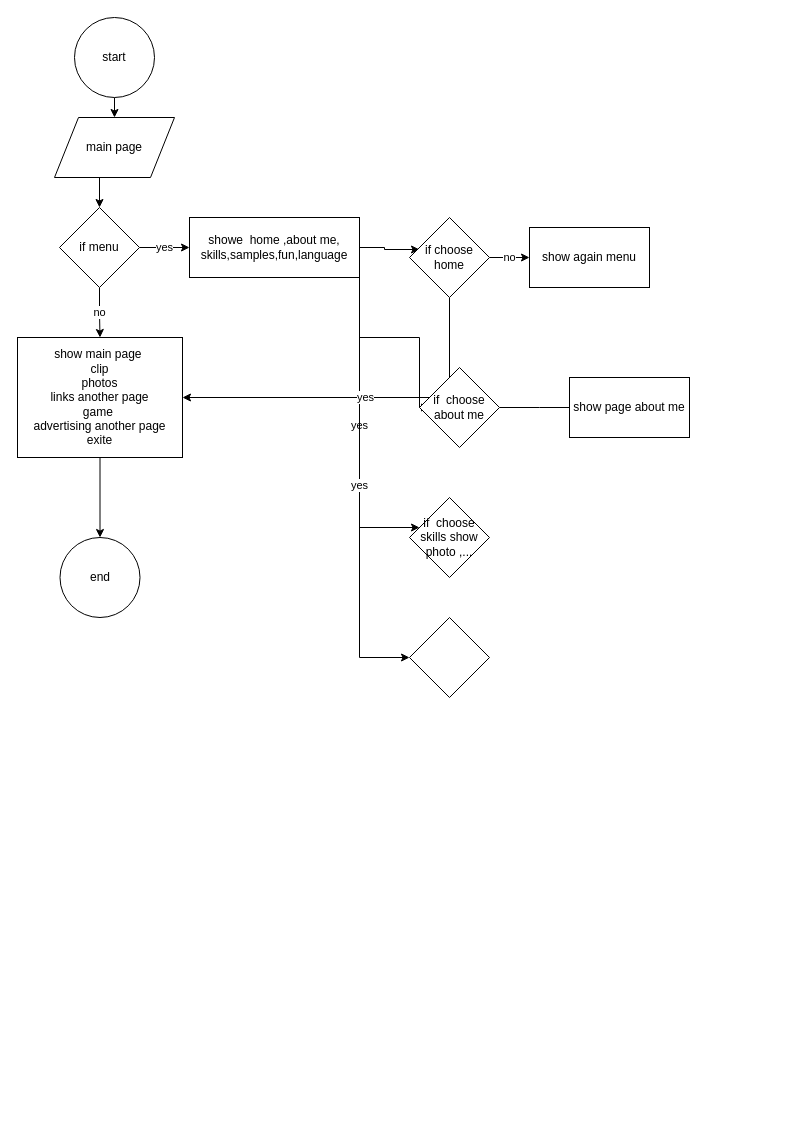
The draw.io diagram draw 11.drawio in mahnazbagheri/FLOWCHART, before the edit. Source tidied: cells renumbered, new cells numbered last; positions are measured from the earlier drawing's top-left corner, leaving out a move shared by most shapes. Both pictures are drawn from the tidied source at 100%, with x=0, y=0 at pixel (17, 17).
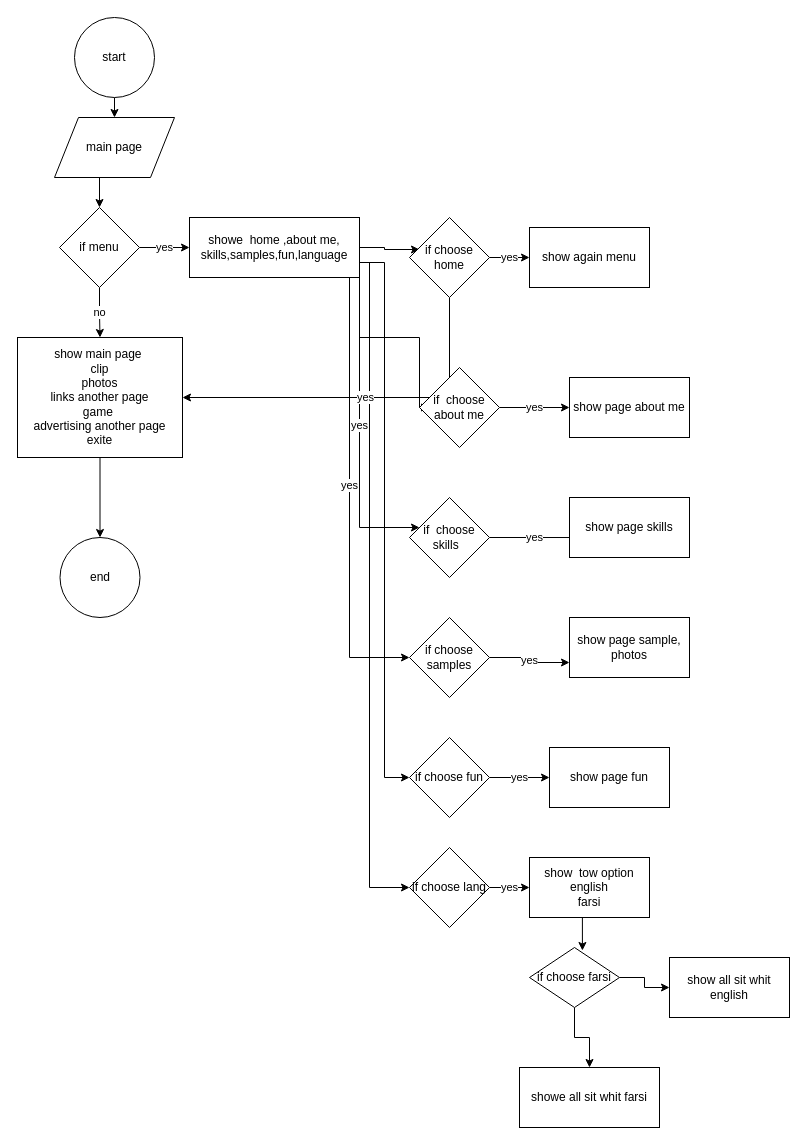
The same page after the edit.

Unchanged cells that the change refers to:
```xml
<mxCell id="13" value="showe&amp;nbsp; home ,about me, skills,samples,fun,language" style="rounded=0;whiteSpace=wrap;html=1;" parent="1" vertex="1">
  <mxGeometry x="172" y="200" width="170" height="60" as="geometry" />
</mxCell>
<mxCell id="19" value="if choose home" style="rhombus;whiteSpace=wrap;html=1;" parent="1" vertex="1">
  <mxGeometry x="392" y="200" width="80" height="80" as="geometry" />
</mxCell>
<mxCell id="20" value="show again menu" style="rounded=0;whiteSpace=wrap;html=1;" parent="1" vertex="1">
  <mxGeometry x="512" y="210" width="120" height="60" as="geometry" />
</mxCell>
<mxCell id="22" value="if&amp;nbsp; choose about me" style="rhombus;whiteSpace=wrap;html=1;" parent="1" vertex="1">
  <mxGeometry x="402" y="350" width="80" height="80" as="geometry" />
</mxCell>
<mxCell id="23" value="show page about me" style="rounded=0;whiteSpace=wrap;html=1;" parent="1" vertex="1">
  <mxGeometry x="552" y="360" width="120" height="60" as="geometry" />
</mxCell>
```

Diff of the diagram source:
```diff
@@
     <mxCell id="12" value="yes" style="edgeStyle=orthogonalEdgeStyle;rounded=0;jettySize=auto;html=1;exitX=1;exitY=0.75;exitDx=0;exitDy=0;entryX=0;entryY=0.5;entryDx=0;entryDy=0;" parent="1" edge="1" source="13" target="25">
       <mxGeometry relative="1" as="geometry">
         <Array as="points">
-          <mxPoint x="342" y="640" />
+          <mxPoint x="332" y="245" />
+          <mxPoint x="332" y="640" />
         </Array>
       </mxGeometry>
     </mxCell>
+    <mxCell id="26" style="edgeStyle=orthogonalEdgeStyle;rounded=0;jettySize=auto;html=1;exitX=1;exitY=0.75;exitDx=0;exitDy=0;entryX=0;entryY=0.5;entryDx=0;entryDy=0;" parent="1" edge="1" source="13" target="37">
+      <mxGeometry relative="1" as="geometry">
+        <Array as="points">
+          <mxPoint x="352" y="245" />
+          <mxPoint x="352" y="870" />
+        </Array>
+      </mxGeometry>
+    </mxCell>
+    <mxCell id="27" style="edgeStyle=orthogonalEdgeStyle;rounded=0;jettySize=auto;html=1;exitX=1;exitY=0.75;exitDx=0;exitDy=0;entryX=0;entryY=0.5;entryDx=0;entryDy=0;" parent="1" edge="1" source="13" target="34">
+      <mxGeometry relative="1" as="geometry" />
+    </mxCell>
@@
-    <mxCell id="18" value="no" style="edgeStyle=orthogonalEdgeStyle;rounded=0;jettySize=auto;html=1;exitX=1;exitY=0.5;exitDx=0;exitDy=0;" parent="1" edge="1" source="19" target="20">
+    <mxCell id="18" value="yes" style="edgeStyle=orthogonalEdgeStyle;rounded=0;jettySize=auto;html=1;exitX=1;exitY=0.5;exitDx=0;exitDy=0;" parent="1" edge="1" source="19" target="20">
       <mxGeometry relative="1" as="geometry" />
     </mxCell>
@@
-    <mxCell id="21" style="edgeStyle=orthogonalEdgeStyle;rounded=0;jettySize=auto;html=1;" parent="1" edge="1" source="22">
-      <mxGeometry relative="1" as="geometry">
-        <mxPoint x="562" y="390" as="targetPoint" />
-      </mxGeometry>
-    </mxCell>
+    <mxCell id="28" value="yes" style="edgeStyle=orthogonalEdgeStyle;rounded=0;jettySize=auto;html=1;exitX=1;exitY=0.5;exitDx=0;exitDy=0;entryX=0;entryY=0.5;entryDx=0;entryDy=0;" parent="1" edge="1" source="22" target="23">
+      <mxGeometry relative="1" as="geometry" />
+    </mxCell>
@@
+    <mxCell id="29" value="yes" style="edgeStyle=orthogonalEdgeStyle;rounded=0;jettySize=auto;html=1;exitX=1;exitY=0.5;exitDx=0;exitDy=0;entryX=0.083;entryY=0.667;entryDx=0;entryDy=0;entryPerimeter=0;" parent="1" edge="1" source="24" target="31">
+      <mxGeometry relative="1" as="geometry" />
+    </mxCell>
-    <mxCell id="24" value="if&amp;nbsp; choose skills show photo ,..." style="rhombus;whiteSpace=wrap;html=1;" parent="1" vertex="1">
+    <mxCell id="24" value="if&amp;nbsp; choose skills&amp;nbsp;&amp;nbsp;" style="rhombus;whiteSpace=wrap;html=1;" parent="1" vertex="1">
       <mxGeometry x="392" y="480" width="80" height="80" as="geometry" />
     </mxCell>
+    <mxCell id="30" value="yes" style="edgeStyle=orthogonalEdgeStyle;rounded=0;jettySize=auto;html=1;exitX=1;exitY=0.5;exitDx=0;exitDy=0;entryX=0;entryY=0.75;entryDx=0;entryDy=0;" parent="1" edge="1" source="25" target="32">
+      <mxGeometry relative="1" as="geometry" />
+    </mxCell>
-    <mxCell id="25" style="rhombus;whiteSpace=wrap;html=1;" parent="1" vertex="1">
+    <mxCell id="25" value="if choose samples" style="rhombus;whiteSpace=wrap;html=1;" parent="1" vertex="1">
       <mxGeometry x="392" y="600" width="80" height="80" as="geometry" />
     </mxCell>
+    <mxCell id="31" value="show page skills" style="rounded=0;whiteSpace=wrap;html=1;" parent="1" vertex="1">
+      <mxGeometry x="552" y="480" width="120" height="60" as="geometry" />
+    </mxCell>
+    <mxCell id="32" value="show page sample, photos" style="rounded=0;whiteSpace=wrap;html=1;" parent="1" vertex="1">
+      <mxGeometry x="552" y="600" width="120" height="60" as="geometry" />
+    </mxCell>
+    <mxCell id="33" value="yes" style="edgeStyle=orthogonalEdgeStyle;rounded=0;jettySize=auto;html=1;exitX=1;exitY=0.5;exitDx=0;exitDy=0;entryX=0;entryY=0.5;entryDx=0;entryDy=0;" parent="1" edge="1" source="34" target="35">
+      <mxGeometry relative="1" as="geometry" />
+    </mxCell>
+    <mxCell id="34" value="if choose fun" style="rhombus;whiteSpace=wrap;html=1;" parent="1" vertex="1">
+      <mxGeometry x="392" y="720" width="80" height="80" as="geometry" />
+    </mxCell>
+    <mxCell id="35" value="show page fun" style="rounded=0;whiteSpace=wrap;html=1;" parent="1" vertex="1">
+      <mxGeometry x="532" y="730" width="120" height="60" as="geometry" />
+    </mxCell>
+    <mxCell id="36" value="yes" style="edgeStyle=orthogonalEdgeStyle;rounded=0;jettySize=auto;html=1;exitX=1;exitY=0.5;exitDx=0;exitDy=0;entryX=0;entryY=0.5;entryDx=0;entryDy=0;" parent="1" edge="1" source="37" target="39">
+      <mxGeometry relative="1" as="geometry" />
+    </mxCell>
+    <mxCell id="37" value="if choose lang" style="rhombus;whiteSpace=wrap;html=1;" parent="1" vertex="1">
+      <mxGeometry x="392" y="830" width="80" height="80" as="geometry" />
+    </mxCell>
+    <mxCell id="38" style="edgeStyle=orthogonalEdgeStyle;rounded=0;jettySize=auto;html=1;exitX=0.5;exitY=1;exitDx=0;exitDy=0;entryX=0.588;entryY=0.05;entryDx=0;entryDy=0;entryPerimeter=0;" parent="1" edge="1" source="39" target="42">
+      <mxGeometry relative="1" as="geometry" />
+    </mxCell>
+    <mxCell id="39" value="show&amp;nbsp; tow option english&lt;br&gt;farsi" style="rounded=0;whiteSpace=wrap;html=1;" parent="1" vertex="1">
+      <mxGeometry x="512" y="840" width="120" height="60" as="geometry" />
+    </mxCell>
+    <mxCell id="40" style="edgeStyle=orthogonalEdgeStyle;rounded=0;jettySize=auto;html=1;" parent="1" edge="1" source="42" target="44">
+      <mxGeometry relative="1" as="geometry" />
+    </mxCell>
+    <mxCell id="41" style="edgeStyle=orthogonalEdgeStyle;rounded=0;jettySize=auto;html=1;" parent="1" edge="1" source="42" target="43">
+      <mxGeometry relative="1" as="geometry" />
+    </mxCell>
+    <mxCell id="42" value="if choose farsi" style="rhombus;whiteSpace=wrap;html=1;" parent="1" vertex="1">
+      <mxGeometry x="512" y="930" width="90" height="60" as="geometry" />
+    </mxCell>
+    <mxCell id="43" value="showe all sit whit farsi" style="rounded=0;whiteSpace=wrap;html=1;direction=south;" parent="1" vertex="1">
+      <mxGeometry x="502" y="1050" width="140" height="60" as="geometry" />
+    </mxCell>
+    <mxCell id="44" value="show all sit whit english" style="rounded=0;whiteSpace=wrap;html=1;" parent="1" vertex="1">
+      <mxGeometry x="652" y="940" width="120" height="60" as="geometry" />
+    </mxCell>
```
